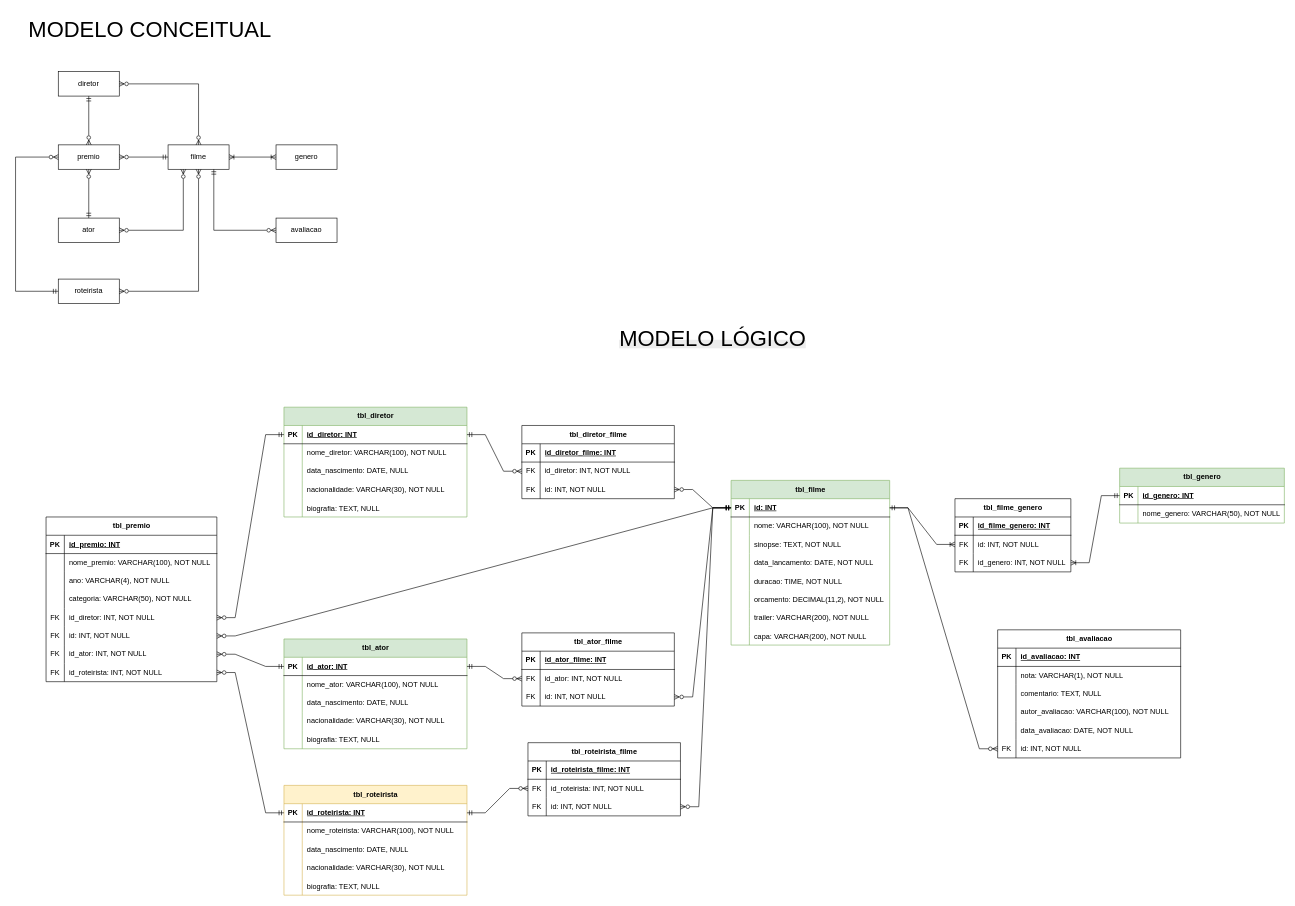
Before: database/modelagem-db-locadora.drawio in marcelo23vds/api-locadora, a draw.io diagram. Source tidied: cells renumbered, new cells numbered last; positions are measured from the earlier drawing's top-left corner, leaving out a move shared by most shapes. Both pictures are drawn from the tidied source at 61%, with x=0, y=0 at pixel (15, 10).
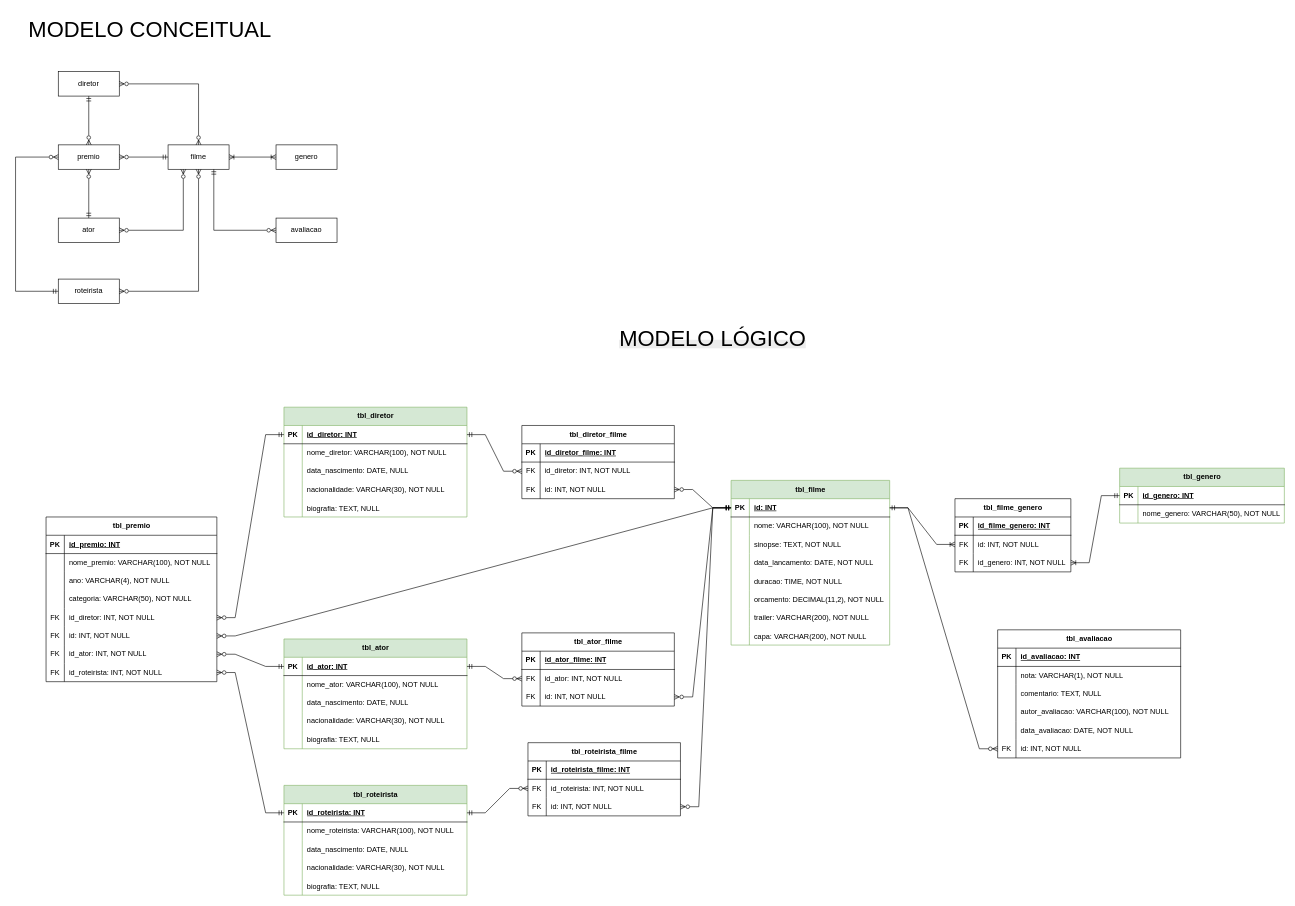
After the change.

Commit message (it also covers changes not shown here):
crud das tabelas que nao possuem chave estrangeira OK, rotas OK

Change to the diagram source:
```diff
@@
-    <mxCell id="168" value="tbl_roteirista" style="shape=table;startSize=30;childLayout=tableLayout;rowLines=0;fontStyle=1;align=center;html=1;fillColor=#fff2cc;strokeColor=#d6b656;" parent="1" vertex="1">
+    <mxCell id="168" value="tbl_roteirista" style="shape=table;startSize=30;childLayout=tableLayout;rowLines=0;fontStyle=1;align=center;html=1;fillColor=#d5e8d4;strokeColor=#82b366;" parent="1" vertex="1">
       <mxGeometry x="440" y="1270" width="300" height="180" as="geometry" />
     </mxCell>
```
